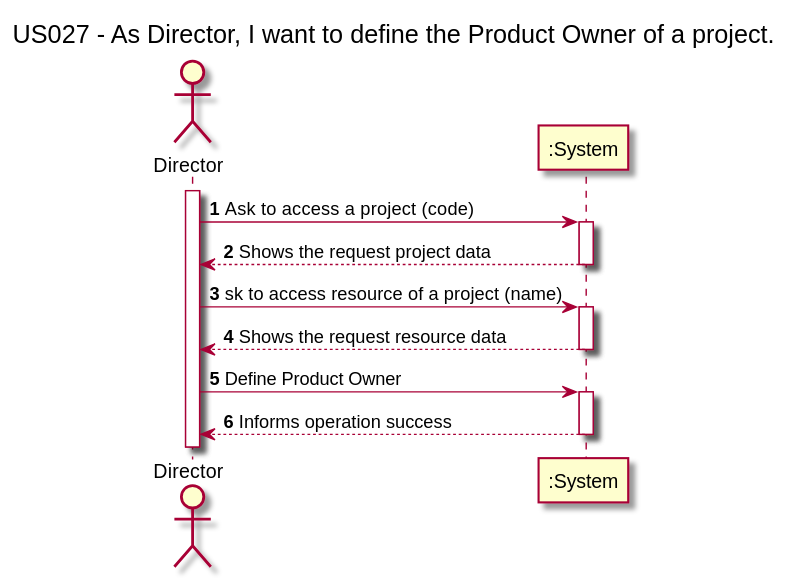
This is docs/Sprint3/US027/US027-SSD.svg from nunogon1211787/projectManagement, a PlantUML export, as it was before one commit.
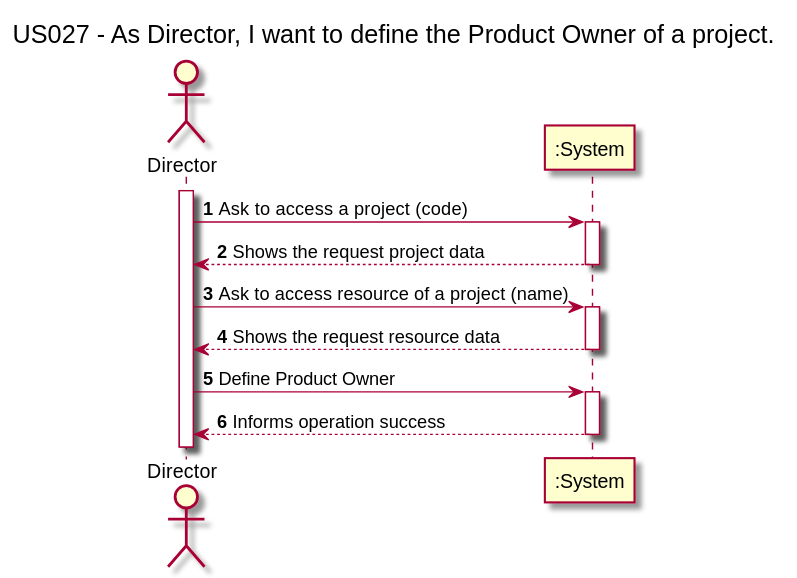
Later version of the same file.

What changed in the source:
```diff
@@ -11,7 +11,7 @@
 
 Director -> System: Ask to access a project (code)
 System --> Director: Shows the request project data
-Director -> System: sk to access resource of a project (name)
+Director -> System: Ask to access resource of a project (name)
 System --> Director: Shows the request resource data
 Director -> System: Define Product Owner
 System --> Director: Informs operation success
```
